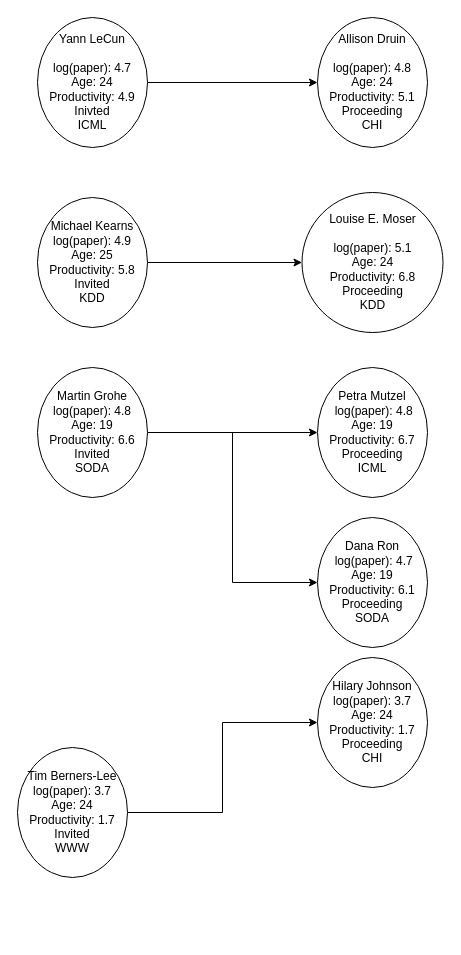
Before: Similarity.drawio in mariespedersen/Thesis_github, a draw.io diagram. Source tidied: cells renumbered, new cells numbered last; positions are measured from the earlier drawing's top-left corner, leaving out a move shared by most shapes. Both pictures are drawn from the tidied source at 100%, with x=0, y=0 at pixel (17, 17).
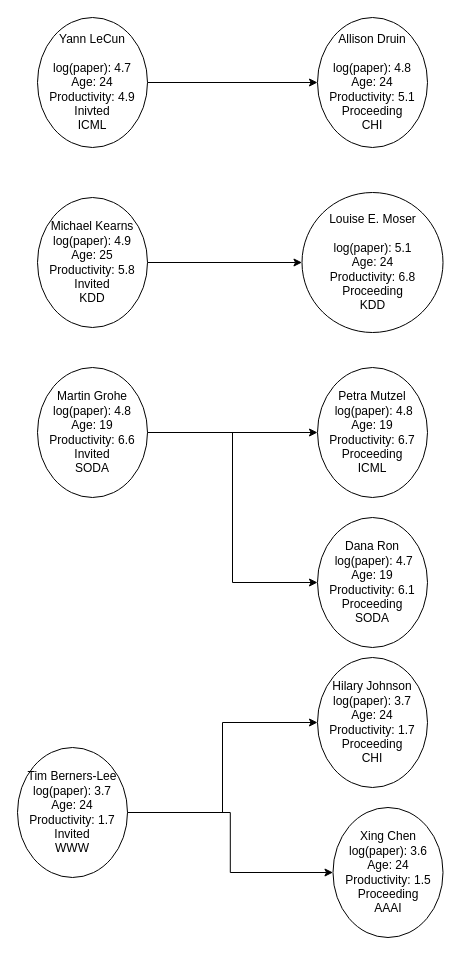
The same page after the edit.

Change to the diagram source:
```diff
@@
 <mxGraphModel>
   <root>
     <mxCell id="0" />
     <mxCell id="1" parent="0" />
     <mxCell id="2" style="edgeStyle=orthogonalEdgeStyle;rounded=0;jettySize=auto;html=1;entryX=0;entryY=0.5;entryDx=0;entryDy=0;" parent="1" edge="1" source="3" target="4">
       <mxGeometry relative="1" as="geometry" />
     </mxCell>
     <mxCell id="3" value="Yann LeCun&lt;br&gt;&lt;br&gt;log(paper): 4.7&lt;br&gt;Age: 24&lt;br&gt;Productivity: 4.9&lt;br&gt;Inivted&lt;br&gt;ICML" style="ellipse;whiteSpace=wrap;html=1;" parent="1" vertex="1">
       <mxGeometry x="20" width="110" height="130" as="geometry" />
     </mxCell>
     <mxCell id="4" value="Allison Druin&lt;br&gt;&lt;br&gt;log(paper): 4.8&lt;br&gt;Age: 24&lt;br&gt;Productivity: 5.1&lt;br&gt;Proceeding&lt;br&gt;CHI" style="ellipse;whiteSpace=wrap;html=1;" parent="1" vertex="1">
       <mxGeometry x="300" width="110" height="130" as="geometry" />
     </mxCell>
     <mxCell id="5" style="edgeStyle=orthogonalEdgeStyle;rounded=0;jettySize=auto;html=1;" parent="1" edge="1" source="6" target="7">
       <mxGeometry relative="1" as="geometry" />
     </mxCell>
     <mxCell id="6" value="Michael Kearns&lt;br&gt;log(paper): 4.9&lt;br&gt;Age: 25&lt;br&gt;Productivity: 5.8&lt;br&gt;Invited&lt;br&gt;KDD" style="ellipse;whiteSpace=wrap;html=1;" parent="1" vertex="1">
       <mxGeometry x="20" y="180" width="110" height="130" as="geometry" />
     </mxCell>
     <mxCell id="7" value="Louise E. Moser&lt;br&gt;&lt;br&gt;log(paper): 5.1&lt;br&gt;Age: 24&lt;br&gt;Productivity: 6.8&lt;br&gt;Proceeding&lt;br&gt;KDD" style="ellipse;whiteSpace=wrap;html=1;" parent="1" vertex="1">
       <mxGeometry x="284.5" y="175" width="141" height="140" as="geometry" />
     </mxCell>
     <mxCell id="8" style="edgeStyle=orthogonalEdgeStyle;rounded=0;jettySize=auto;html=1;entryX=0;entryY=0.5;entryDx=0;entryDy=0;" parent="1" edge="1" source="10" target="11">
       <mxGeometry relative="1" as="geometry" />
     </mxCell>
     <mxCell id="9" style="edgeStyle=orthogonalEdgeStyle;rounded=0;jettySize=auto;html=1;exitX=1;exitY=0.5;exitDx=0;exitDy=0;entryX=0;entryY=0.5;entryDx=0;entryDy=0;" parent="1" edge="1" source="10" target="12">
       <mxGeometry relative="1" as="geometry" />
     </mxCell>
     <mxCell id="10" value="Martin Grohe log(paper): 4.8&lt;br&gt;Age: 19&lt;br&gt;Productivity: 6.6&lt;br&gt;Invited&lt;br&gt;SODA" style="ellipse;whiteSpace=wrap;html=1;" parent="1" vertex="1">
       <mxGeometry x="20" y="350" width="110" height="130" as="geometry" />
     </mxCell>
     <mxCell id="11" value="Petra Mutzel&lt;br&gt;&amp;nbsp;log(paper): 4.8&lt;br&gt;Age: 19&lt;br&gt;Productivity: 6.7&lt;br&gt;Proceeding&lt;br&gt;ICML" style="ellipse;whiteSpace=wrap;html=1;" parent="1" vertex="1">
       <mxGeometry x="300" y="350" width="110" height="130" as="geometry" />
     </mxCell>
     <mxCell id="12" value="Dana Ron&lt;br&gt;&amp;nbsp;log(paper): 4.7&lt;br&gt;Age: 19&lt;br&gt;Productivity: 6.1&lt;br&gt;Proceeding&lt;br&gt;SODA" style="ellipse;whiteSpace=wrap;html=1;" parent="1" vertex="1">
       <mxGeometry x="300" y="500" width="110" height="130" as="geometry" />
     </mxCell>
     <mxCell id="13" style="edgeStyle=orthogonalEdgeStyle;rounded=0;jettySize=auto;html=1;" parent="1" edge="1" source="14" target="15">
       <mxGeometry relative="1" as="geometry" />
     </mxCell>
+    <mxCell id="16" style="edgeStyle=orthogonalEdgeStyle;rounded=0;jettySize=auto;html=1;entryX=0;entryY=0.5;entryDx=0;entryDy=0;" parent="1" edge="1" source="14" target="17">
+      <mxGeometry relative="1" as="geometry" />
+    </mxCell>
     <mxCell id="14" value="Tim Berners-Lee log(paper): 3.7&lt;br&gt;Age: 24&lt;br&gt;Productivity: 1.7&lt;br&gt;Invited&lt;br&gt;WWW" style="ellipse;whiteSpace=wrap;html=1;" parent="1" vertex="1">
       <mxGeometry y="730" width="110" height="130" as="geometry" />
     </mxCell>
     <mxCell id="15" value="Hilary Johnson log(paper): 3.7&lt;br&gt;Age: 24&lt;br&gt;Productivity: 1.7&lt;br&gt;Proceeding&lt;br&gt;CHI" style="ellipse;whiteSpace=wrap;html=1;" parent="1" vertex="1">
       <mxGeometry x="300" y="640" width="110" height="130" as="geometry" />
     </mxCell>
+    <mxCell id="17" value="Xing Chen log(paper): 3.6&lt;br&gt;Age: 24&lt;br&gt;Productivity: 1.5&lt;br&gt;Proceeding&lt;br&gt;AAAI" style="ellipse;whiteSpace=wrap;html=1;" parent="1" vertex="1">
+      <mxGeometry x="315.5" y="790" width="110" height="130" as="geometry" />
+    </mxCell>
   </root>
 </mxGraphModel>
```
